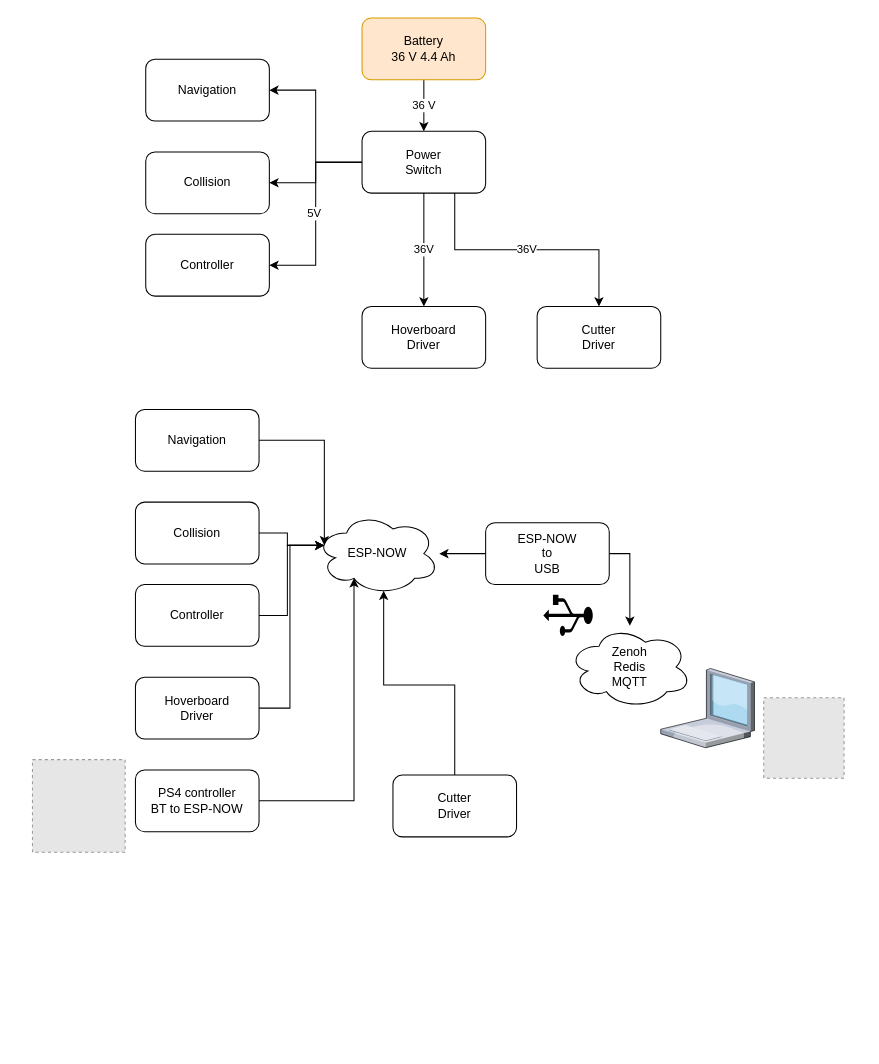
The draw.io diagram page "power and signal" (1 of 3) of design.drawio in vortex314/zenoh-projects, before the edit. Source tidied: cells renumbered, new cells numbered last; positions are measured from the earlier drawing's top-left corner, leaving out a move shared by most shapes. Both pictures are drawn from the tidied source at 103%, with x=0, y=0 at pixel (32, 18). Pictures stored in the file or linked from it are replaced by grey dashed boxes.
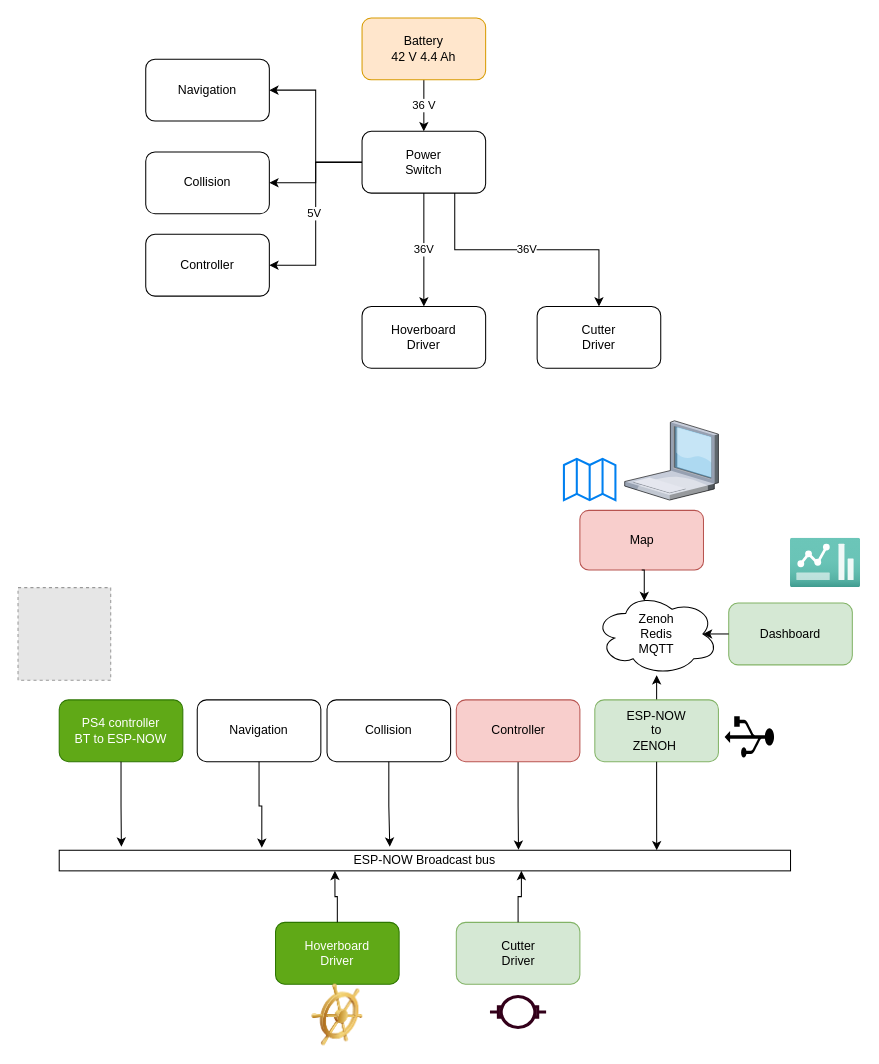
The same diagram, later.

The edit, as a diff of the source:
```diff
@@
-    <mxCell id="5" value="Battery&lt;div&gt;36 V 4.4 Ah&lt;/div&gt;" style="rounded=1;whiteSpace=wrap;html=1;fillColor=#ffe6cc;strokeColor=#d79b00;" parent="1" vertex="1">
+    <mxCell id="5" value="Battery&lt;div&gt;42 V 4.4 Ah&lt;/div&gt;" style="rounded=1;whiteSpace=wrap;html=1;fillColor=#ffe6cc;strokeColor=#d79b00;" parent="1" vertex="1">
       <mxGeometry x="320" width="120" height="60" as="geometry" />
     </mxCell>
@@
-    <mxCell id="15" value="ESP-NOW" style="ellipse;shape=cloud;whiteSpace=wrap;html=1;" parent="1" vertex="1">
-      <mxGeometry x="275" y="480" width="120" height="80" as="geometry" />
-    </mxCell>
+    <mxCell id="36" style="edgeStyle=orthogonalEdgeStyle;rounded=0;jettySize=auto;html=1;entryX=0.628;entryY=-0.025;entryDx=0;entryDy=0;entryPerimeter=0;" parent="1" edge="1" source="16" target="37">
+      <mxGeometry relative="1" as="geometry" />
+    </mxCell>
-    <mxCell id="16" value="Controller" style="rounded=1;whiteSpace=wrap;html=1;" parent="1" vertex="1">
-      <mxGeometry x="100" y="550" width="120" height="60" as="geometry" />
+    <mxCell id="16" value="Controller" style="rounded=1;whiteSpace=wrap;html=1;fillColor=#f8cecc;strokeColor=#b85450;" parent="1" vertex="1">
+      <mxGeometry x="411.5" y="662" width="120" height="60" as="geometry" />
     </mxCell>
-    <mxCell id="17" style="edgeStyle=orthogonalEdgeStyle;rounded=0;jettySize=auto;html=1;exitX=1;exitY=0.5;exitDx=0;exitDy=0;entryX=0.07;entryY=0.4;entryDx=0;entryDy=0;entryPerimeter=0;" parent="1" edge="1" source="18" target="15">
-      <mxGeometry relative="1" as="geometry" />
-    </mxCell>
     <mxCell id="18" value="Collision" style="rounded=1;whiteSpace=wrap;html=1;" parent="1" vertex="1">
-      <mxGeometry x="100" y="470" width="120" height="60" as="geometry" />
+      <mxGeometry x="286" y="662" width="120" height="60" as="geometry" />
     </mxCell>
-    <mxCell id="19" style="edgeStyle=orthogonalEdgeStyle;rounded=0;jettySize=auto;html=1;exitX=1;exitY=0.5;exitDx=0;exitDy=0;entryX=0.07;entryY=0.4;entryDx=0;entryDy=0;entryPerimeter=0;" parent="1" edge="1" source="20" target="15">
-      <mxGeometry relative="1" as="geometry" />
-    </mxCell>
     <mxCell id="20" value="Navigation" style="rounded=1;whiteSpace=wrap;html=1;" parent="1" vertex="1">
-      <mxGeometry x="100" y="380" width="120" height="60" as="geometry" />
+      <mxGeometry x="160" y="662" width="120" height="60" as="geometry" />
     </mxCell>
-    <mxCell id="21" style="edgeStyle=orthogonalEdgeStyle;rounded=0;jettySize=auto;html=1;exitX=1;exitY=0.5;exitDx=0;exitDy=0;entryX=0.07;entryY=0.4;entryDx=0;entryDy=0;entryPerimeter=0;" parent="1" edge="1" source="22" target="15">
-      <mxGeometry relative="1" as="geometry">
-        <Array as="points">
-          <mxPoint x="250" y="670" />
-          <mxPoint x="250" y="512" />
-        </Array>
-      </mxGeometry>
-    </mxCell>
-    <mxCell id="22" value="Hoverboard&lt;div&gt;Driver&lt;/div&gt;" style="rounded=1;whiteSpace=wrap;html=1;" parent="1" vertex="1">
-      <mxGeometry x="100" y="640" width="120" height="60" as="geometry" />
+    <mxCell id="22" value="Hoverboard&lt;div&gt;Driver&lt;/div&gt;" style="rounded=1;whiteSpace=wrap;html=1;fillColor=#60a917;fontColor=#ffffff;strokeColor=#2D7600;" parent="1" vertex="1">
+      <mxGeometry x="236" y="878" width="120" height="60" as="geometry" />
     </mxCell>
-    <mxCell id="23" value="Cutter&lt;div&gt;Driver&lt;/div&gt;" style="rounded=1;whiteSpace=wrap;html=1;" parent="1" vertex="1">
-      <mxGeometry x="350" y="735" width="120" height="60" as="geometry" />
+    <mxCell id="23" value="Cutter&lt;div&gt;Driver&lt;/div&gt;" style="rounded=1;whiteSpace=wrap;html=1;fillColor=#d5e8d4;strokeColor=#82b366;" parent="1" vertex="1">
+      <mxGeometry x="411.5" y="878" width="120" height="60" as="geometry" />
     </mxCell>
-    <mxCell id="24" style="edgeStyle=orthogonalEdgeStyle;rounded=0;jettySize=auto;html=1;exitX=0.5;exitY=0;exitDx=0;exitDy=0;entryX=0.55;entryY=0.95;entryDx=0;entryDy=0;entryPerimeter=0;" parent="1" edge="1" source="23" target="15">
-      <mxGeometry relative="1" as="geometry" />
-    </mxCell>
-    <mxCell id="25" style="edgeStyle=orthogonalEdgeStyle;rounded=0;jettySize=auto;html=1;exitX=1;exitY=0.5;exitDx=0;exitDy=0;entryX=0.07;entryY=0.4;entryDx=0;entryDy=0;entryPerimeter=0;" parent="1" edge="1" source="16" target="15">
-      <mxGeometry relative="1" as="geometry" />
-    </mxCell>
-    <mxCell id="26" style="edgeStyle=orthogonalEdgeStyle;rounded=0;jettySize=auto;html=1;exitX=0;exitY=0.5;exitDx=0;exitDy=0;" parent="1" edge="1" source="28" target="15">
-      <mxGeometry relative="1" as="geometry" />
-    </mxCell>
-    <mxCell id="27" style="edgeStyle=orthogonalEdgeStyle;rounded=0;jettySize=auto;html=1;exitX=1;exitY=0.5;exitDx=0;exitDy=0;" parent="1" edge="1" source="28" target="31">
+    <mxCell id="27" style="edgeStyle=orthogonalEdgeStyle;rounded=0;jettySize=auto;html=1;exitX=0.5;exitY=0;exitDx=0;exitDy=0;" parent="1" edge="1" source="28" target="31">
       <mxGeometry relative="1" as="geometry" />
     </mxCell>
-    <mxCell id="28" value="ESP-NOW&lt;div&gt;to&lt;/div&gt;&lt;div&gt;USB&lt;/div&gt;" style="rounded=1;whiteSpace=wrap;html=1;" parent="1" vertex="1">
-      <mxGeometry x="440" y="490" width="120" height="60" as="geometry" />
+    <mxCell id="28" value="ESP-NOW&lt;div&gt;to&lt;/div&gt;&lt;div&gt;ZENOH&amp;nbsp;&lt;/div&gt;" style="rounded=1;whiteSpace=wrap;html=1;fillColor=#d5e8d4;strokeColor=#82b366;" parent="1" vertex="1">
+      <mxGeometry x="546" y="662" width="120" height="60" as="geometry" />
     </mxCell>
     <mxCell id="29" style="shape=mxgraph.signs.tech.usb;html=1;fillColor=#000000;strokeColor=none;verticalLabelPosition=bottom;verticalAlign=top;align=center;rotation=-90;" parent="1" vertex="1">
-      <mxGeometry x="500" y="556" width="40" height="48" as="geometry" />
+      <mxGeometry x="676" y="674" width="40" height="48" as="geometry" />
     </mxCell>
     <mxCell id="30" style="verticalLabelPosition=bottom;sketch=0;html=1;verticalAlign=top;strokeColor=none;align=center;shape=mxgraph.citrix.laptop_1;" parent="1" vertex="1">
-      <mxGeometry x="610" y="631.5" width="91" height="77" as="geometry" />
+      <mxGeometry x="575" y="391" width="91" height="77" as="geometry" />
     </mxCell>
     <mxCell id="31" value="Zenoh&lt;div&gt;Redis&lt;/div&gt;&lt;div&gt;MQTT&lt;/div&gt;" style="ellipse;shape=cloud;whiteSpace=wrap;html=1;" parent="1" vertex="1">
-      <mxGeometry x="520" y="590" width="120" height="80" as="geometry" />
+      <mxGeometry x="546" y="558" width="120" height="80" as="geometry" />
     </mxCell>
-    <mxCell id="32" style="fillColor=#E6E6E6;strokeColor=#999999;dashed=1;html=1;verticalAlign=top;verticalLabelPosition=bottom;labelBackgroundColor=#ffffff;" parent="1" vertex="1">
-      <mxGeometry x="710" y="660" width="78" height="78" as="geometry" />
-    </mxCell>
     <mxCell id="33" style="fillColor=#E6E6E6;strokeColor=#999999;dashed=1;html=1;verticalAlign=top;verticalLabelPosition=bottom;labelBackgroundColor=#ffffff;" parent="1" vertex="1">
-      <mxGeometry y="720" width="90" height="90" as="geometry" />
+      <mxGeometry x="-14" y="553" width="90" height="90" as="geometry" />
     </mxCell>
-    <mxCell id="34" value="&lt;div&gt;PS4 controller&lt;/div&gt;&lt;div&gt;BT to ESP-NOW&lt;/div&gt;" style="rounded=1;whiteSpace=wrap;html=1;" parent="1" vertex="1">
-      <mxGeometry x="100" y="730" width="120" height="60" as="geometry" />
+    <mxCell id="34" value="&lt;div&gt;PS4 controller&lt;/div&gt;&lt;div&gt;BT to ESP-NOW&lt;/div&gt;" style="rounded=1;whiteSpace=wrap;html=1;fillColor=#60a917;fontColor=#ffffff;strokeColor=#2D7600;" parent="1" vertex="1">
+      <mxGeometry x="26" y="662" width="120" height="60" as="geometry" />
     </mxCell>
-    <mxCell id="35" style="edgeStyle=orthogonalEdgeStyle;rounded=0;jettySize=auto;html=1;exitX=1;exitY=0.5;exitDx=0;exitDy=0;entryX=0.31;entryY=0.8;entryDx=0;entryDy=0;entryPerimeter=0;" parent="1" edge="1" source="34" target="15">
-      <mxGeometry relative="1" as="geometry" />
-    </mxCell>
+    <mxCell id="37" value="ESP-NOW Broadcast bus" style="rounded=0;whiteSpace=wrap;html=1;" parent="1" vertex="1">
+      <mxGeometry x="26" y="808" width="710" height="20" as="geometry" />
+    </mxCell>
+    <mxCell id="38" style="edgeStyle=orthogonalEdgeStyle;rounded=0;jettySize=auto;html=1;exitX=0.5;exitY=1;exitDx=0;exitDy=0;entryX=0.817;entryY=0;entryDx=0;entryDy=0;entryPerimeter=0;" parent="1" edge="1" source="28" target="37">
+      <mxGeometry relative="1" as="geometry" />
+    </mxCell>
+    <mxCell id="39" style="edgeStyle=orthogonalEdgeStyle;rounded=0;jettySize=auto;html=1;exitX=0.5;exitY=1;exitDx=0;exitDy=0;entryX=0.085;entryY=-0.175;entryDx=0;entryDy=0;entryPerimeter=0;" parent="1" edge="1" source="34" target="37">
+      <mxGeometry relative="1" as="geometry" />
+    </mxCell>
+    <mxCell id="40" style="edgeStyle=orthogonalEdgeStyle;rounded=0;jettySize=auto;html=1;exitX=0.5;exitY=1;exitDx=0;exitDy=0;entryX=0.277;entryY=-0.125;entryDx=0;entryDy=0;entryPerimeter=0;" parent="1" edge="1" source="20" target="37">
+      <mxGeometry relative="1" as="geometry" />
+    </mxCell>
+    <mxCell id="41" style="edgeStyle=orthogonalEdgeStyle;rounded=0;jettySize=auto;html=1;exitX=0.5;exitY=1;exitDx=0;exitDy=0;entryX=0.452;entryY=-0.175;entryDx=0;entryDy=0;entryPerimeter=0;" parent="1" edge="1" source="18" target="37">
+      <mxGeometry relative="1" as="geometry" />
+    </mxCell>
+    <mxCell id="42" value="Map" style="rounded=1;whiteSpace=wrap;html=1;fillColor=#f8cecc;strokeColor=#b85450;" parent="1" vertex="1">
+      <mxGeometry x="531.5" y="478" width="120" height="58" as="geometry" />
+    </mxCell>
+    <mxCell id="43" style="edgeStyle=orthogonalEdgeStyle;rounded=0;jettySize=auto;html=1;exitX=0.5;exitY=1;exitDx=0;exitDy=0;entryX=0.4;entryY=0.1;entryDx=0;entryDy=0;entryPerimeter=0;" parent="1" edge="1" source="42" target="31">
+      <mxGeometry relative="1" as="geometry" />
+    </mxCell>
+    <mxCell id="44" value="Dashboard" style="rounded=1;whiteSpace=wrap;html=1;fillColor=#d5e8d4;strokeColor=#82b366;" parent="1" vertex="1">
+      <mxGeometry x="676" y="568" width="120" height="60" as="geometry" />
+    </mxCell>
+    <mxCell id="45" style="image;html=1;align=center;fontSize=12;image=img/lib/azure2/general/Dashboard2.svg;" parent="1" vertex="1">
+      <mxGeometry x="736" y="505" width="68" height="48" as="geometry" />
+    </mxCell>
+    <mxCell id="46" style="html=1;verticalLabelPosition=bottom;align=center;labelBackgroundColor=#ffffff;verticalAlign=top;strokeWidth=2;strokeColor=#0080F0;shadow=0;dashed=0;shape=mxgraph.ios7.icons.map;" parent="1" vertex="1">
+      <mxGeometry x="516" y="428" width="50" height="40" as="geometry" />
+    </mxCell>
+    <mxCell id="47" style="shape=mxgraph.electrical.electro-mechanical.motor_2;html=1;shadow=0;dashed=0;align=center;fontSize=30;strokeWidth=3;fillColor=none;strokeColor=#33001A;fontColor=#ffffff;" parent="1" vertex="1">
+      <mxGeometry x="444.2" y="950" width="54.5" height="30" as="geometry" />
+    </mxCell>
+    <mxCell id="48" style="edgeStyle=orthogonalEdgeStyle;rounded=0;jettySize=auto;html=1;exitX=0.5;exitY=0;exitDx=0;exitDy=0;entryX=0.632;entryY=1;entryDx=0;entryDy=0;entryPerimeter=0;" parent="1" edge="1" source="23" target="37">
+      <mxGeometry relative="1" as="geometry" />
+    </mxCell>
+    <mxCell id="49" style="edgeStyle=orthogonalEdgeStyle;rounded=0;jettySize=auto;html=1;exitX=0.5;exitY=0;exitDx=0;exitDy=0;entryX=0.377;entryY=1;entryDx=0;entryDy=0;entryPerimeter=0;" parent="1" edge="1" source="22" target="37">
+      <mxGeometry relative="1" as="geometry" />
+    </mxCell>
+    <mxCell id="50" style="image;html=1;image=img/lib/clip_art/general/Ships_Wheel_128x128.png;" parent="1" vertex="1">
+      <mxGeometry x="266" y="938" width="60" height="60" as="geometry" />
+    </mxCell>
+    <mxCell id="51" style="edgeStyle=orthogonalEdgeStyle;rounded=0;jettySize=auto;html=1;exitX=0;exitY=0.5;exitDx=0;exitDy=0;entryX=0.875;entryY=0.5;entryDx=0;entryDy=0;entryPerimeter=0;" parent="1" edge="1" source="44" target="31">
+      <mxGeometry relative="1" as="geometry" />
+    </mxCell>
```
